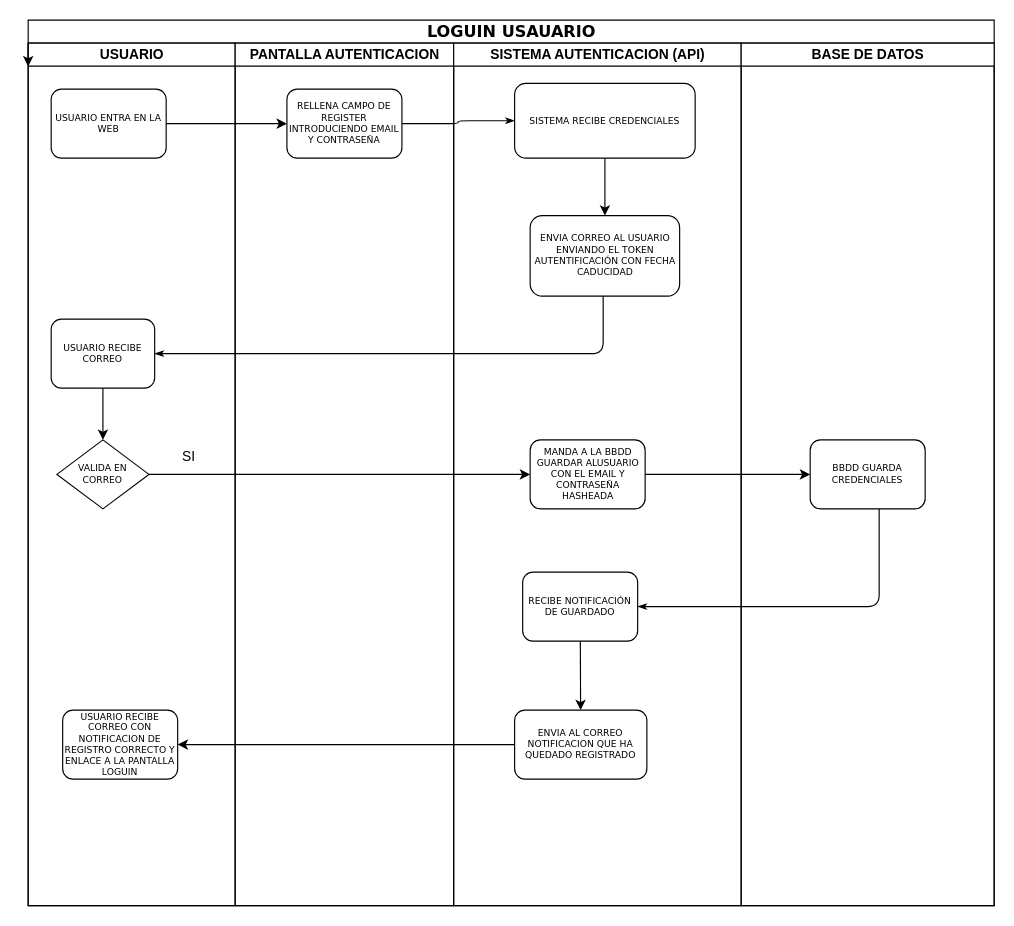
dacoder91/km0.BackEnd keeps this draw.io diagram as UML/register.drawio. Above is the earlier version. Source tidied: cells renumbered, new cells numbered last; positions are measured from the earlier drawing's top-left corner, leaving out a move shared by most shapes. Both pictures are drawn from the tidied source at 115%, with x=0, y=0 at pixel (28, 20).
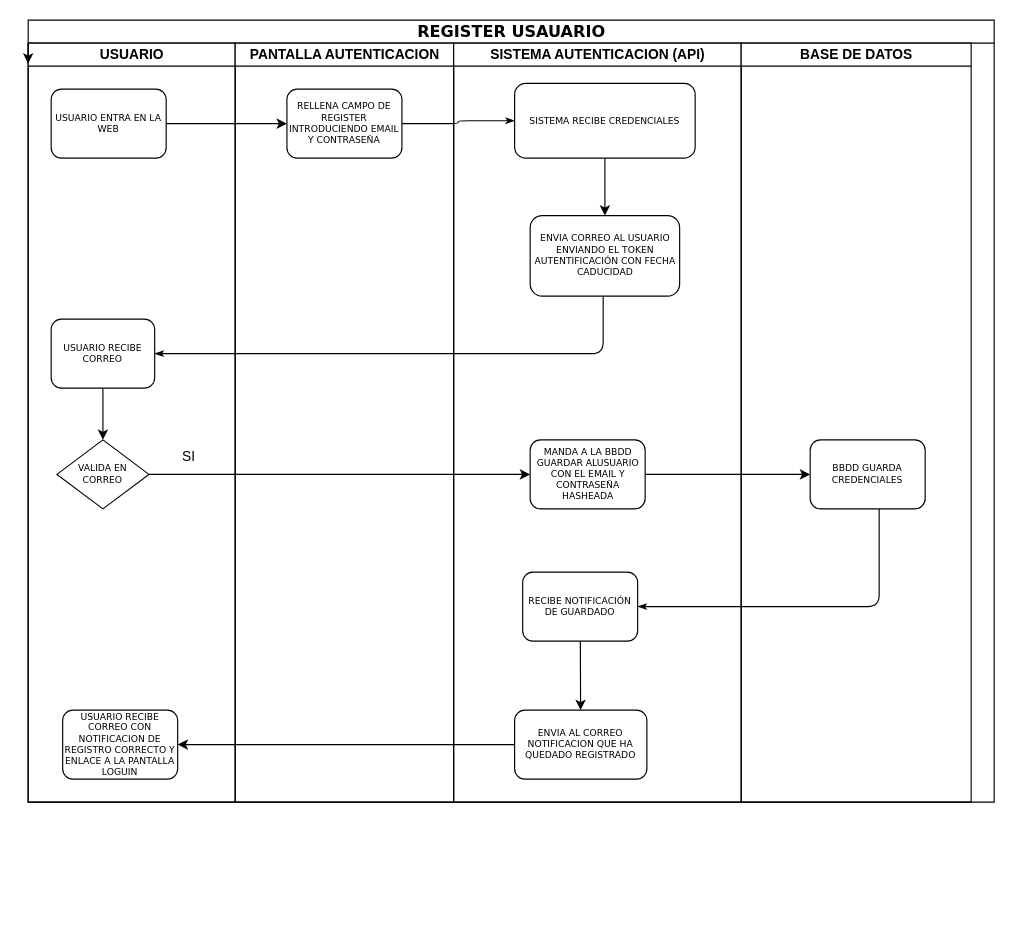
The same diagram, later.

What changed in the source:
```diff
@@
-    <mxCell id="2" value="&lt;font style=&quot;font-size: 14px;&quot;&gt;LOGUIN USAUARIO&lt;/font&gt;" style="swimlane;html=1;startSize=20;rounded=0;shadow=0;labelBackgroundColor=none;strokeWidth=1;fontFamily=Verdana;fontSize=8;align=center;" parent="1" vertex="1">
-      <mxGeometry width="840" height="770" as="geometry" />
+    <mxCell id="2" value="&lt;font style=&quot;font-size: 14px;&quot;&gt;REGISTER USAUARIO&lt;/font&gt;" style="swimlane;html=1;startSize=20;rounded=0;shadow=0;labelBackgroundColor=none;strokeWidth=1;fontFamily=Verdana;fontSize=8;align=center;" parent="1" vertex="1">
+      <mxGeometry width="840" height="680" as="geometry" />
     </mxCell>
     <mxCell id="3" value="USUARIO" style="swimlane;html=1;startSize=20;" parent="2" vertex="1">
-      <mxGeometry y="20" width="180" height="750" as="geometry" />
+      <mxGeometry y="20" width="180" height="660" as="geometry" />
     </mxCell>
@@
     <mxCell id="11" value="PANTALLA AUTENTICACION" style="swimlane;html=1;startSize=20;" parent="2" vertex="1">
-      <mxGeometry x="180" y="20" width="190" height="750" as="geometry" />
+      <mxGeometry x="180" y="20" width="190" height="660" as="geometry" />
     </mxCell>
@@
     <mxCell id="13" value="SISTEMA AUTENTICACION (API)" style="swimlane;html=1;startSize=20;" parent="2" vertex="1">
-      <mxGeometry x="370" y="20" width="250" height="750" as="geometry" />
+      <mxGeometry x="370" y="20" width="250" height="660" as="geometry" />
     </mxCell>
@@
     <mxCell id="22" value="BASE DE DATOS" style="swimlane;html=1;startSize=20;" parent="2" vertex="1">
-      <mxGeometry x="620" y="20" width="220" height="750" as="geometry" />
+      <mxGeometry x="620" y="20" width="200" height="660" as="geometry" />
     </mxCell>
```
